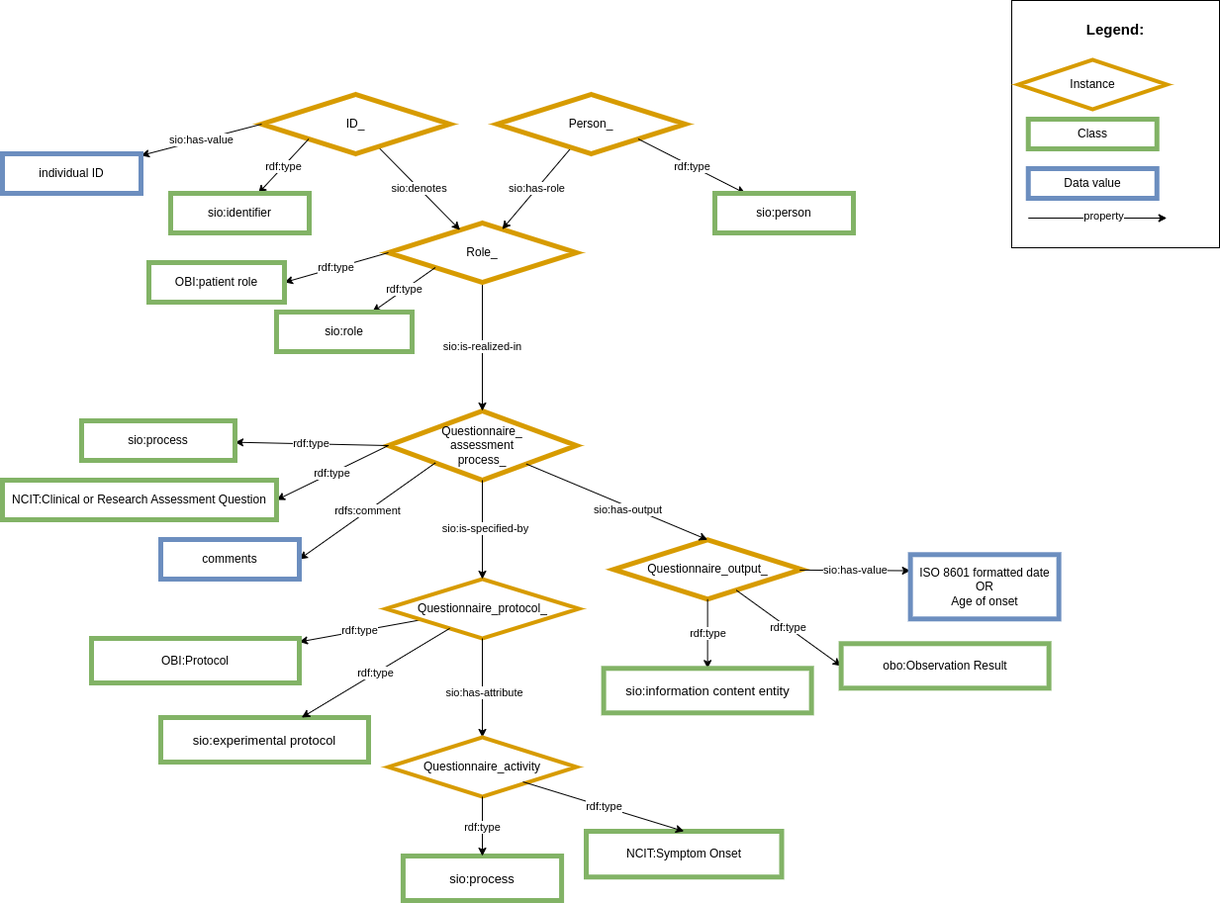
Earlier version of the draw.io export images/CARE-SM-Questionnaire-symptoms_onset.png (CARE-SM/CARE-Semantic-Model). Source tidied: cells renumbered, new cells last; positions are measured from the earlier drawing's top-left corner, leaving out a move shared by most shapes.
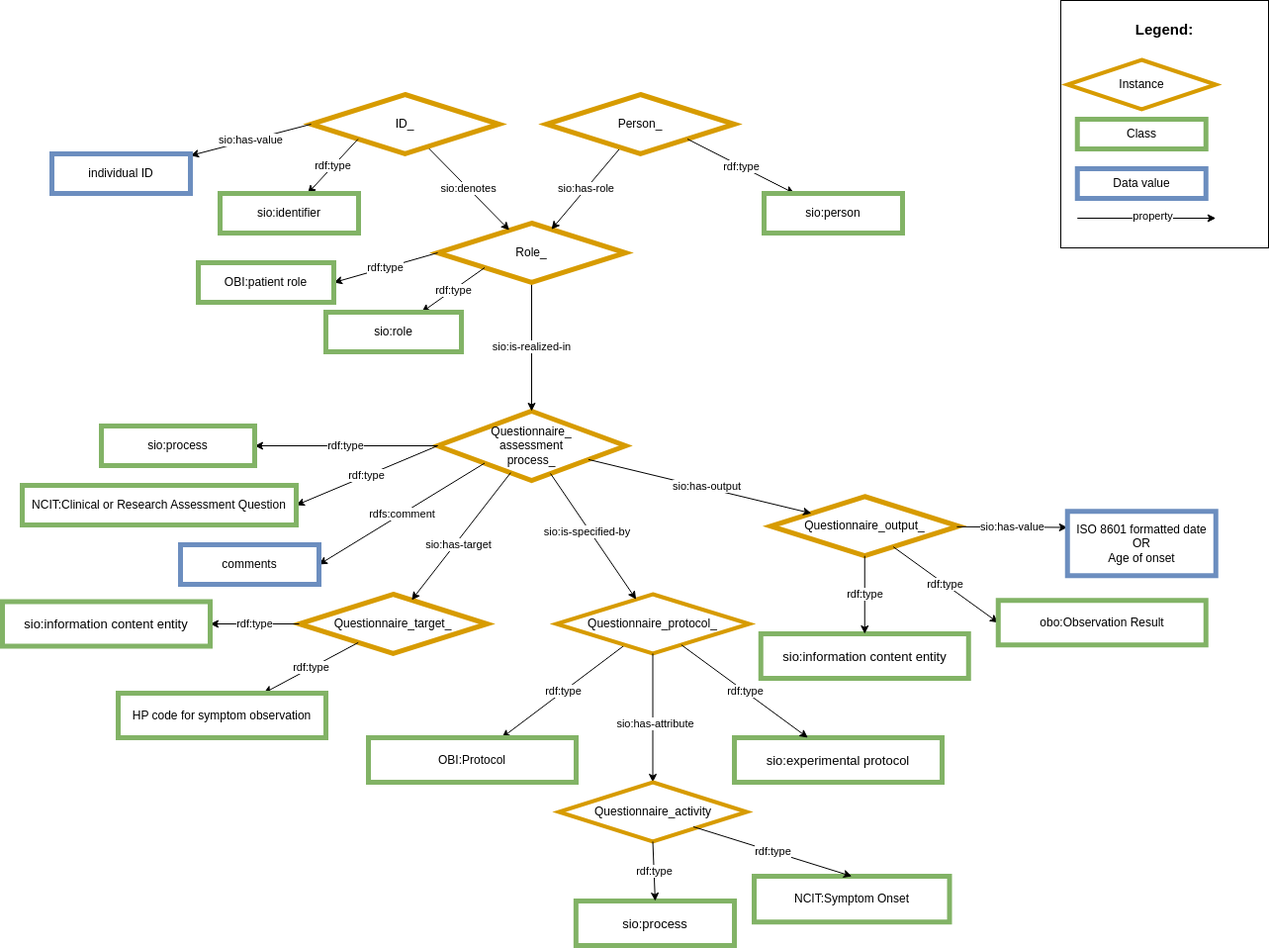
The same diagram one commit later.

Commit message:
Symptom onset target addition

The edit, as a diff of the source:
```diff
@@ -12,7 +12,7 @@
       <mxGeometry relative="1" as="geometry" />
     </mxCell>
     <mxCell id="5" value="sio:process" style="whiteSpace=wrap;html=1;fillColor=#FFFFFF;strokeColor=#82b366;strokeWidth=5;" parent="1" vertex="1">
-      <mxGeometry x="80" y="425" width="155" height="40" as="geometry" />
+      <mxGeometry x="50" y="430" width="155" height="40" as="geometry" />
     </mxCell>
     <mxCell id="6" value="Role_" style="rhombus;whiteSpace=wrap;html=1;fillColor=#FFFFFF;strokeColor=#d79b00;strokeWidth=5;" parent="1" vertex="1">
       <mxGeometry x="390" y="225" width="190" height="60" as="geometry" />
@@ -63,42 +63,39 @@
       <mxGeometry relative="1" as="geometry" />
     </mxCell>
     <mxCell id="22" value="NCIT:Clinical or Research Assessment Question&lt;br&gt;" style="whiteSpace=wrap;html=1;fillColor=#FFFFFF;strokeColor=#82b366;strokeWidth=5;" parent="1" vertex="1">
-      <mxGeometry y="485" width="277" height="40" as="geometry" />
+      <mxGeometry x="-30" y="490" width="277" height="40" as="geometry" />
     </mxCell>
     <mxCell id="23" value="rdfs:comment" style="rounded=0;jettySize=auto;html=1;exitX=0;exitY=1;exitDx=0;exitDy=0;entryX=1;entryY=0.5;entryDx=0;entryDy=0;" parent="1" edge="1" source="2" target="24">
       <mxGeometry relative="1" as="geometry" />
     </mxCell>
     <mxCell id="24" value="comments" style="whiteSpace=wrap;html=1;fillColor=#FFFFFF;strokeColor=#6c8ebf;strokeWidth=5;" parent="1" vertex="1">
-      <mxGeometry x="160" y="545" width="140" height="40" as="geometry" />
+      <mxGeometry x="130" y="550" width="140" height="40" as="geometry" />
     </mxCell>
     <mxCell id="25" value="Questionnaire_output_" style="rhombus;whiteSpace=wrap;html=1;fillColor=#FFFFFF;strokeColor=#d79b00;strokeWidth=5;" parent="1" vertex="1">
-      <mxGeometry x="617.6" y="545.3" width="190" height="60" as="geometry" />
+      <mxGeometry x="726.8" y="501.2" width="190" height="60" as="geometry" />
     </mxCell>
-    <mxCell id="26" style="edgeStyle=none;rounded=0;jettySize=auto;html=1;entryX=0.5;entryY=0;entryDx=0;entryDy=0;" parent="1" edge="1" source="2" target="25">
+    <mxCell id="26" style="edgeStyle=none;rounded=0;jettySize=auto;html=1;" parent="1" edge="1" source="2" target="25">
       <mxGeometry relative="1" as="geometry" />
     </mxCell>
     <mxCell id="27" value="&lt;span style=&quot;color: rgb(0, 0, 0); font-family: Helvetica; font-size: 11px; font-style: normal; font-variant-ligatures: normal; font-variant-caps: normal; font-weight: 400; letter-spacing: normal; orphans: 2; text-align: center; text-indent: 0px; text-transform: none; widows: 2; word-spacing: 0px; -webkit-text-stroke-width: 0px; background-color: rgb(255, 255, 255); text-decoration-thickness: initial; text-decoration-style: initial; text-decoration-color: initial; float: none; display: inline !important;&quot;&gt;sio:has-output&lt;/span&gt;" style="edgeLabel;html=1;align=center;verticalAlign=middle;" parent="26" vertex="1">
       <mxGeometry x="-0.21" y="-1" relative="1" as="geometry">
-        <mxPoint x="30" y="14" as="offset" />
+        <mxPoint x="30" y="4" as="offset" />
       </mxGeometry>
     </mxCell>
-    <mxCell id="28" value="rdf:type" style="edgeStyle=none;rounded=0;jettySize=auto;html=1;exitX=0.5;exitY=1;exitDx=0;exitDy=0;" parent="1" edge="1" source="25" target="29">
-      <mxGeometry relative="1" as="geometry" />
-    </mxCell>
     <mxCell id="29" value="&lt;font size=&quot;2&quot;&gt;sio:information content entity&lt;/font&gt;" style="whiteSpace=wrap;html=1;fillColor=#FFFFFF;strokeColor=#82b366;strokeWidth=5;" parent="1" vertex="1">
-      <mxGeometry x="607.6" y="675.3" width="210" height="45" as="geometry" />
+      <mxGeometry x="716.8" y="640" width="210" height="45" as="geometry" />
     </mxCell>
     <mxCell id="30" value="sio:has-value" style="rounded=0;jettySize=auto;html=1;entryX=0;entryY=0.25;entryDx=0;entryDy=0;" parent="1" edge="1" source="25" target="31">
       <mxGeometry relative="1" as="geometry" />
     </mxCell>
     <mxCell id="31" value="ISO 8601 formatted date&lt;br style=&quot;border-color: var(--border-color);&quot;&gt;OR&lt;br style=&quot;border-color: var(--border-color);&quot;&gt;Age of onset" style="whiteSpace=wrap;html=1;fillColor=#FFFFFF;strokeColor=#6c8ebf;strokeWidth=5;" parent="1" vertex="1">
-      <mxGeometry x="917.6" y="560.3" width="150" height="65" as="geometry" />
+      <mxGeometry x="1026.8" y="516.2" width="150" height="65" as="geometry" />
     </mxCell>
     <mxCell id="32" value="rdf:type" style="edgeStyle=none;rounded=0;jettySize=auto;html=1;entryX=0;entryY=0.5;entryDx=0;entryDy=0;" parent="1" edge="1" source="25" target="33">
       <mxGeometry relative="1" as="geometry" />
     </mxCell>
     <mxCell id="33" value="obo:Observation Result" style="whiteSpace=wrap;html=1;fillColor=#FFFFFF;strokeColor=#82b366;strokeWidth=5;" parent="1" vertex="1">
-      <mxGeometry x="847.6" y="650.3" width="210" height="45" as="geometry" />
+      <mxGeometry x="956.8" y="606.2" width="210" height="45" as="geometry" />
     </mxCell>
     <mxCell id="34" value="&lt;div style=&quot;text-align: left; font-size: 15px;&quot;&gt;&lt;span style=&quot;background-color: initial;&quot;&gt;&lt;b style=&quot;&quot;&gt;&lt;font style=&quot;font-size: 15px;&quot;&gt;Legend:&lt;/font&gt;&lt;/b&gt;&lt;/span&gt;&lt;/div&gt;&lt;div style=&quot;text-align: left; font-size: 15px;&quot;&gt;&lt;span style=&quot;background-color: initial;&quot;&gt;&lt;br&gt;&lt;/span&gt;&lt;/div&gt;&lt;div style=&quot;text-align: left;&quot;&gt;&lt;span style=&quot;background-color: initial;&quot;&gt;&lt;br&gt;&lt;/span&gt;&lt;/div&gt;&lt;div style=&quot;text-align: left;&quot;&gt;&lt;span style=&quot;background-color: initial;&quot;&gt;&lt;br&gt;&lt;/span&gt;&lt;/div&gt;&lt;div style=&quot;text-align: left;&quot;&gt;&lt;br&gt;&lt;/div&gt;&lt;div style=&quot;text-align: left;&quot;&gt;&lt;br&gt;&lt;/div&gt;&lt;div style=&quot;text-align: left;&quot;&gt;&lt;br&gt;&lt;/div&gt;&lt;div style=&quot;text-align: left;&quot;&gt;&lt;br&gt;&lt;/div&gt;&lt;div style=&quot;text-align: left;&quot;&gt;&lt;br&gt;&lt;/div&gt;&lt;div style=&quot;text-align: left;&quot;&gt;&lt;span style=&quot;background-color: initial;&quot;&gt;&lt;br&gt;&lt;/span&gt;&lt;/div&gt;&lt;div style=&quot;text-align: left;&quot;&gt;&lt;span style=&quot;background-color: initial;&quot;&gt;&lt;br&gt;&lt;/span&gt;&lt;/div&gt;&lt;div style=&quot;text-align: left;&quot;&gt;&lt;span style=&quot;background-color: initial;&quot;&gt;&lt;br&gt;&lt;/span&gt;&lt;/div&gt;&lt;div style=&quot;text-align: left;&quot;&gt;&lt;span style=&quot;background-color: initial;&quot;&gt;&lt;br&gt;&lt;/span&gt;&lt;/div&gt;&lt;div style=&quot;text-align: left;&quot;&gt;&lt;span style=&quot;background-color: initial;&quot;&gt;&lt;br&gt;&lt;/span&gt;&lt;/div&gt;" style="rounded=0;whiteSpace=wrap;html=1;" parent="1" vertex="1">
       <mxGeometry x="1020" width="210" height="250" as="geometry" />
@@ -122,13 +119,13 @@
       <mxGeometry relative="1" as="geometry" />
     </mxCell>
     <mxCell id="40" value="OBI:Protocol" style="whiteSpace=wrap;html=1;fillColor=#FFFFFF;strokeColor=#82b366;strokeWidth=5;" parent="1" vertex="1">
-      <mxGeometry x="90" y="645" width="210" height="45" as="geometry" />
+      <mxGeometry x="320" y="745" width="210" height="45" as="geometry" />
     </mxCell>
     <mxCell id="41" value="Questionnaire_protocol_" style="rhombus;whiteSpace=wrap;html=1;fillColor=#FFFFFF;strokeColor=#D79B00;perimeter=rhombusPerimeter;arcSize=20;comic=0;enumerate=0;strokeWidth=4;rounded=0;" parent="1" vertex="1">
-      <mxGeometry x="387.5" y="585" width="195" height="60" as="geometry" />
+      <mxGeometry x="510" y="600" width="195" height="60" as="geometry" />
     </mxCell>
     <mxCell id="42" value="&lt;font size=&quot;2&quot;&gt;sio:experimental protocol&lt;/font&gt;" style="whiteSpace=wrap;html=1;fillColor=#FFFFFF;strokeColor=#82b366;strokeWidth=5;" parent="1" vertex="1">
-      <mxGeometry x="160" y="725" width="210" height="45" as="geometry" />
+      <mxGeometry x="690" y="745" width="210" height="45" as="geometry" />
     </mxCell>
     <mxCell id="43" value="rdf:type" style="edgeStyle=none;rounded=0;jettySize=auto;html=1;" parent="1" edge="1" source="41" target="42">
       <mxGeometry relative="1" as="geometry" />
@@ -137,16 +134,16 @@
       <mxGeometry x="0.09" y="2" relative="1" as="geometry" />
     </mxCell>
     <mxCell id="45" value="Questionnaire_activity" style="rhombus;whiteSpace=wrap;html=1;fillColor=#FFFFFF;strokeColor=#D79B00;perimeter=rhombusPerimeter;arcSize=20;comic=0;enumerate=0;strokeWidth=4;rounded=0;" parent="1" vertex="1">
-      <mxGeometry x="390" y="745" width="190" height="60" as="geometry" />
+      <mxGeometry x="512.5" y="790" width="190" height="60" as="geometry" />
     </mxCell>
     <mxCell id="46" value="&lt;font size=&quot;2&quot;&gt;sio:process&lt;/font&gt;" style="whiteSpace=wrap;html=1;fillColor=#FFFFFF;strokeColor=#82b366;strokeWidth=5;" parent="1" vertex="1">
-      <mxGeometry x="404.9" y="865" width="160.2" height="45" as="geometry" />
+      <mxGeometry x="529.8" y="910" width="160.2" height="45" as="geometry" />
     </mxCell>
     <mxCell id="47" value="rdf:type" style="edgeStyle=none;rounded=0;jettySize=auto;html=1;exitX=0.5;exitY=1;exitDx=0;exitDy=0;entryX=0.5;entryY=0;entryDx=0;entryDy=0;" parent="1" edge="1" source="45" target="46">
       <mxGeometry relative="1" as="geometry" />
     </mxCell>
     <mxCell id="48" value="&lt;div style=&quot;border-color: var(--border-color);&quot;&gt;&lt;br&gt;&lt;/div&gt;&lt;div style=&quot;border-color: var(--border-color);&quot;&gt;&lt;div style=&quot;border-color: var(--border-color);&quot;&gt;NCIT:Symptom Onset&lt;/div&gt;&lt;div&gt;&lt;br&gt;&lt;/div&gt;&lt;/div&gt;" style="whiteSpace=wrap;html=1;fillColor=#FFFFFF;strokeColor=#82b366;strokeWidth=5;" parent="1" vertex="1">
-      <mxGeometry x="590" y="840" width="197.5" height="46.2" as="geometry" />
+      <mxGeometry x="710" y="885" width="197.5" height="46.2" as="geometry" />
     </mxCell>
     <mxCell id="49" value="rdf:type" style="edgeStyle=none;rounded=0;jettySize=auto;html=1;exitX=0.716;exitY=0.75;exitDx=0;exitDy=0;entryX=0.5;entryY=0;entryDx=0;entryDy=0;exitPerimeter=0;" parent="1" edge="1" source="45" target="48">
       <mxGeometry relative="1" as="geometry" />
@@ -159,5 +156,31 @@
         <mxPoint x="3" y="8" as="offset" />
       </mxGeometry>
     </mxCell>
+    <mxCell id="52" value="Questionnaire_target_" style="rhombus;whiteSpace=wrap;html=1;fillColor=#FFFFFF;strokeColor=#d79b00;strokeWidth=5;" parent="1" vertex="1">
+      <mxGeometry x="250" y="600" width="190" height="60" as="geometry" />
+    </mxCell>
+    <mxCell id="53" value="rdf:type" style="edgeStyle=none;rounded=0;jettySize=auto;html=1;" parent="1" edge="1" source="52" target="54">
+      <mxGeometry relative="1" as="geometry" />
+    </mxCell>
+    <mxCell id="54" value="&lt;font size=&quot;2&quot;&gt;sio:information content entity&lt;/font&gt;" style="whiteSpace=wrap;html=1;fillColor=#FFFFFF;strokeColor=#82b366;strokeWidth=5;" parent="1" vertex="1">
+      <mxGeometry x="-50" y="607.5" width="210" height="45" as="geometry" />
+    </mxCell>
+    <mxCell id="55" value="rdf:type" style="edgeStyle=none;rounded=0;jettySize=auto;html=1;" parent="1" edge="1" source="52" target="56">
+      <mxGeometry relative="1" as="geometry" />
+    </mxCell>
+    <mxCell id="56" value="&lt;div style=&quot;border-color: var(--border-color);&quot;&gt;HP code for symptom observation&lt;/div&gt;" style="whiteSpace=wrap;html=1;fillColor=#FFFFFF;strokeColor=#82b366;strokeWidth=5;" parent="1" vertex="1">
+      <mxGeometry x="67" y="700" width="210" height="45" as="geometry" />
+    </mxCell>
+    <mxCell id="57" style="edgeStyle=none;rounded=0;jettySize=auto;html=1;" parent="1" edge="1" source="2" target="52">
+      <mxGeometry relative="1" as="geometry" />
+    </mxCell>
+    <mxCell id="58" value="&lt;span style=&quot;color: rgb(0, 0, 0); font-family: Helvetica; font-size: 11px; font-style: normal; font-variant-ligatures: normal; font-variant-caps: normal; font-weight: 400; letter-spacing: normal; orphans: 2; text-align: center; text-indent: 0px; text-transform: none; widows: 2; word-spacing: 0px; -webkit-text-stroke-width: 0px; background-color: rgb(255, 255, 255); text-decoration-thickness: initial; text-decoration-style: initial; text-decoration-color: initial; float: none; display: inline !important;&quot;&gt;sio:has-target&lt;/span&gt;" style="edgeLabel;html=1;align=center;verticalAlign=middle;" parent="57" vertex="1">
+      <mxGeometry x="-0.21" y="-1" relative="1" as="geometry">
+        <mxPoint x="-13" y="22" as="offset" />
+      </mxGeometry>
+    </mxCell>
+    <mxCell id="28" value="rdf:type" style="edgeStyle=none;rounded=0;jettySize=auto;html=1;" parent="1" edge="1" source="25" target="29">
+      <mxGeometry relative="1" as="geometry" />
+    </mxCell>
   </root>
 </mxGraphModel>
```
